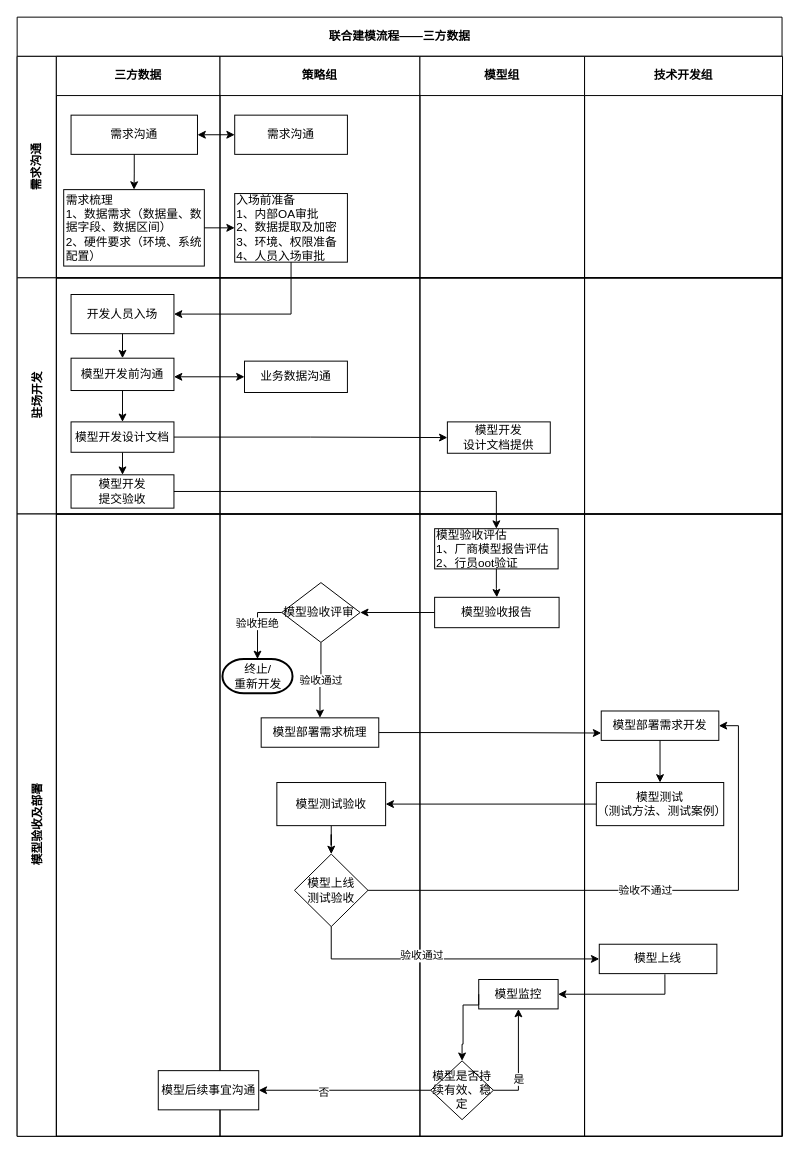
Above: page "三方" (2 of 2) of 建模流程.drawio in rayboom/books (draw.io), before the change. Source tidied: cells renumbered, new cells numbered last; positions are measured from the earlier drawing's top-left corner, leaving out a move shared by most shapes. Both pictures are drawn from the tidied source at 98%, with x=0, y=0 at pixel (17, 17).
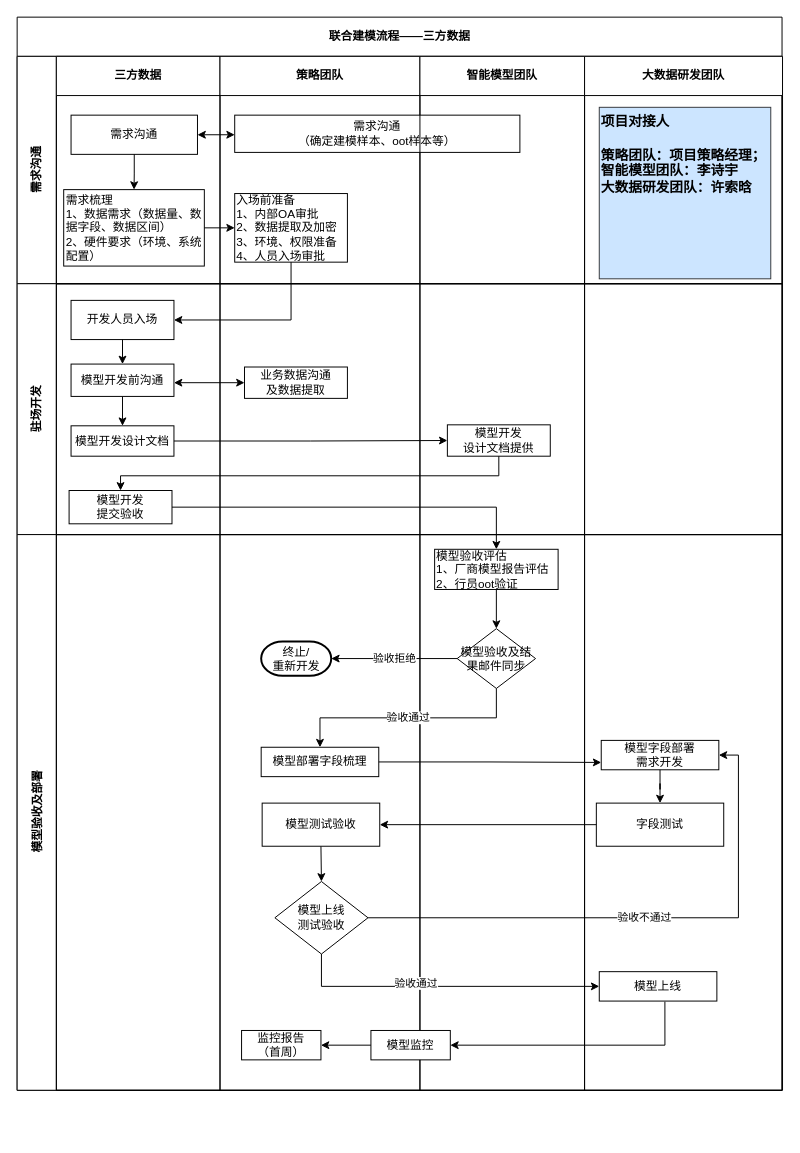
After the change.

The change refers to these unchanged cells:
```xml
<mxCell id="44" value="模型验收评估&lt;br&gt;1、厂商模型报告评估&lt;br&gt;2、行员oot验证" style="rounded=0;whiteSpace=wrap;html=1;align=left;" parent="43" vertex="1">
  <mxGeometry x="15" y="15" width="126" height="41" as="geometry" />
</mxCell>
```

Change to the diagram source:
```diff
@@
     <mxCell id="2" value="联合建模流程——三方数据" style="shape=table;childLayout=tableLayout;rowLines=0;columnLines=0;startSize=40;html=1;whiteSpace=wrap;fontStyle=1;align=center;" parent="1" vertex="1">
-      <mxGeometry width="780.5" height="1142" as="geometry" />
+      <mxGeometry width="780.5" height="1095.1" as="geometry" />
     </mxCell>
     <mxCell id="3" value="需求沟通" style="swimlane;horizontal=0;startSize=40;html=1;whiteSpace=wrap;fontStyle=1;" parent="2" vertex="1">
-      <mxGeometry y="40" width="780.5" height="226" as="geometry" />
+      <mxGeometry y="40" width="780.5" height="232" as="geometry" />
     </mxCell>
     <mxCell id="4" value="三方数据" style="swimlane;startSize=40;html=1;whiteSpace=wrap;" parent="3" vertex="1">
-      <mxGeometry x="40" width="167" height="226" as="geometry" />
+      <mxGeometry x="40" width="167" height="232" as="geometry" />
     </mxCell>
@@
-    <mxCell id="8" value="策略组" style="swimlane;startSize=40;html=1;whiteSpace=wrap;" parent="3" vertex="1">
-      <mxGeometry x="207" width="204" height="226" as="geometry" />
+    <mxCell id="8" value="策略团队" style="swimlane;startSize=40;html=1;whiteSpace=wrap;" parent="3" vertex="1">
+      <mxGeometry x="207" width="204" height="232" as="geometry" />
     </mxCell>
-    <mxCell id="9" value="需求沟通" style="whiteSpace=wrap;html=1;rounded=0;" parent="8" vertex="1">
-      <mxGeometry x="15" y="60" width="115" height="40" as="geometry" />
+    <mxCell id="9" value="需求沟通&lt;br&gt;（确定建模样本、oot样本等）" style="whiteSpace=wrap;html=1;rounded=0;" parent="8" vertex="1">
+      <mxGeometry x="15" y="60" width="291" height="38" as="geometry" />
     </mxCell>
@@
-    <mxCell id="12" value="模型组" style="swimlane;startSize=40;html=1;whiteSpace=wrap;" parent="3" vertex="1">
-      <mxGeometry x="411" width="168" height="226" as="geometry" />
+    <mxCell id="12" value="智能模型团队" style="swimlane;startSize=40;html=1;whiteSpace=wrap;" parent="3" vertex="1">
+      <mxGeometry x="411" width="168" height="232" as="geometry" />
     </mxCell>
-    <mxCell id="13" value="技术开发组" style="swimlane;startSize=40;html=1;whiteSpace=wrap;" parent="3" vertex="1">
-      <mxGeometry x="579" width="202" height="226" as="geometry" />
+    <mxCell id="13" value="大数据研发团队" style="swimlane;startSize=40;html=1;whiteSpace=wrap;" parent="3" vertex="1">
+      <mxGeometry x="579" width="202" height="232" as="geometry" />
     </mxCell>
+    <mxCell id="68" value="项目对接人&lt;br&gt;&lt;br style=&quot;font-size: 14px&quot;&gt;策略团队：项目策略经理；&lt;br style=&quot;font-size: 14px&quot;&gt;智能模型团队：李诗宇&lt;br style=&quot;font-size: 14px&quot;&gt;大数据研发团队：许索晗" style="whiteSpace=wrap;html=1;align=left;verticalAlign=top;fontSize=14;fillColor=#cce5ff;strokeColor=#36393d;fontStyle=1;" parent="13" vertex="1">
+      <mxGeometry x="15" y="52" width="175" height="175" as="geometry" />
+    </mxCell>
@@
     <mxCell id="15" value="驻场开发" style="swimlane;horizontal=0;startSize=40;html=1;whiteSpace=wrap;" parent="2" vertex="1">
-      <mxGeometry y="266" width="780.5" height="241" as="geometry" />
+      <mxGeometry y="272" width="780.5" height="256" as="geometry" />
     </mxCell>
     <mxCell id="16" style="swimlane;startSize=0;html=1;whiteSpace=wrap;" parent="15" vertex="1">
-      <mxGeometry x="40" width="167" height="241" as="geometry" />
+      <mxGeometry x="40" width="167" height="256" as="geometry" />
     </mxCell>
@@
     <mxCell id="21" value="模型开发&lt;br&gt;提交验收" style="rounded=0;whiteSpace=wrap;html=1;" parent="16" vertex="1">
-      <mxGeometry x="15" y="201" width="105" height="34" as="geometry" />
+      <mxGeometry x="13" y="211" width="105" height="34" as="geometry" />
     </mxCell>
@@
-    <mxCell id="23" style="edgeStyle=orthogonalEdgeStyle;rounded=0;jettySize=auto;html=1;exitX=0.5;exitY=1;exitDx=0;exitDy=0;entryX=0.5;entryY=0;entryDx=0;entryDy=0;" parent="16" edge="1" source="24" target="21">
-      <mxGeometry relative="1" as="geometry" />
-    </mxCell>
     <mxCell id="24" value="模型开发设计文档" style="rounded=0;whiteSpace=wrap;html=1;" parent="16" vertex="1">
-      <mxGeometry x="15" y="147" width="105" height="31" as="geometry" />
+      <mxGeometry x="15" y="145" width="105" height="31" as="geometry" />
     </mxCell>
     <mxCell id="25" style="swimlane;startSize=0;html=1;whiteSpace=wrap;" parent="15" vertex="1">
-      <mxGeometry x="207" width="204" height="241" as="geometry" />
+      <mxGeometry x="207" width="204" height="256" as="geometry" />
     </mxCell>
-    <mxCell id="26" value="业务数据沟通" style="rounded=0;whiteSpace=wrap;html=1;" parent="25" vertex="1">
+    <mxCell id="26" value="业务数据沟通&lt;br&gt;及数据提取" style="rounded=0;whiteSpace=wrap;html=1;" parent="25" vertex="1">
       <mxGeometry x="25" y="85" width="105" height="32" as="geometry" />
     </mxCell>
     <mxCell id="27" style="swimlane;startSize=0;html=1;whiteSpace=wrap;" parent="15" vertex="1">
-      <mxGeometry x="411" width="168" height="241" as="geometry" />
+      <mxGeometry x="411" width="168" height="256" as="geometry" />
     </mxCell>
     <mxCell id="28" value="模型开发&lt;br&gt;设计文档提供" style="rounded=0;whiteSpace=wrap;html=1;" parent="27" vertex="1">
-      <mxGeometry x="28" y="147" width="105" height="32" as="geometry" />
+      <mxGeometry x="28" y="144" width="105" height="32" as="geometry" />
     </mxCell>
     <mxCell id="29" style="swimlane;startSize=0;html=1;whiteSpace=wrap;" parent="15" vertex="1">
-      <mxGeometry x="579" width="202" height="241" as="geometry" />
+      <mxGeometry x="579" width="202" height="256" as="geometry" />
     </mxCell>
@@
+    <mxCell id="23" style="edgeStyle=orthogonalEdgeStyle;rounded=0;jettySize=auto;html=1;exitX=0.5;exitY=1;exitDx=0;exitDy=0;entryX=0.5;entryY=0;entryDx=0;entryDy=0;" parent="15" edge="1" source="28" target="21">
+      <mxGeometry relative="1" as="geometry">
+        <Array as="points">
+          <mxPoint x="491" y="196" />
+          <mxPoint x="105" y="196" />
+        </Array>
+      </mxGeometry>
+    </mxCell>
     <mxCell id="31" value="模型验收及部署" style="swimlane;horizontal=0;startSize=40;html=1;whiteSpace=wrap;" parent="2" vertex="1">
-      <mxGeometry y="507" width="780.5" height="635" as="geometry" />
+      <mxGeometry y="528" width="780.5" height="567" as="geometry" />
     </mxCell>
     <mxCell id="32" style="swimlane;startSize=0;html=1;whiteSpace=wrap;" parent="31" vertex="1">
-      <mxGeometry x="40" width="167" height="635" as="geometry" />
+      <mxGeometry x="40" width="167" height="567" as="geometry" />
     </mxCell>
     <mxCell id="33" style="swimlane;startSize=0;html=1;whiteSpace=wrap;" parent="31" vertex="1">
-      <mxGeometry x="207" width="204" height="635" as="geometry" />
+      <mxGeometry x="207" width="204" height="567" as="geometry" />
     </mxCell>
-    <mxCell id="34" value="模型部署需求梳理" style="whiteSpace=wrap;html=1;rounded=0;" parent="33" vertex="1">
-      <mxGeometry x="42" y="208" width="120" height="30" as="geometry" />
+    <mxCell id="34" value="模型部署字段梳理" style="whiteSpace=wrap;html=1;rounded=0;" parent="33" vertex="1">
+      <mxGeometry x="42" y="217" width="120" height="30" as="geometry" />
     </mxCell>
-    <mxCell id="35" value="模型是否持续有效、稳定" style="rhombus;whiteSpace=wrap;html=1;" parent="33" vertex="1">
-      <mxGeometry x="215" y="558" width="64" height="60" as="geometry" />
-    </mxCell>
-    <mxCell id="36" value="验收拒绝" style="edgeStyle=orthogonalEdgeStyle;rounded=0;jettySize=auto;html=1;exitX=0;exitY=0.5;exitDx=0;exitDy=0;entryX=0.5;entryY=0;entryDx=0;entryDy=0;entryPerimeter=0;" parent="33" edge="1" source="38" target="39">
-      <mxGeometry relative="1" as="geometry" />
-    </mxCell>
-    <mxCell id="37" value="验收通过" style="edgeStyle=orthogonalEdgeStyle;rounded=0;jettySize=auto;html=1;" parent="33" edge="1" source="38" target="34">
-      <mxGeometry relative="1" as="geometry" />
-    </mxCell>
-    <mxCell id="38" value="模型验收评审" style="rhombus;whiteSpace=wrap;html=1;align=left;" parent="33" vertex="1">
-      <mxGeometry x="63" y="70" width="80" height="61" as="geometry" />
-    </mxCell>
     <mxCell id="39" value="终止/&lt;br&gt;重新开发" style="strokeWidth=2;html=1;shape=mxgraph.flowchart.terminator;whiteSpace=wrap;align=center;" parent="33" vertex="1">
-      <mxGeometry x="2.5" y="148" width="71.5" height="35" as="geometry" />
+      <mxGeometry x="42" y="109" width="71.5" height="35" as="geometry" />
     </mxCell>
-    <mxCell id="40" value="模型后续事宜沟通" style="whiteSpace=wrap;html=1;" parent="33" vertex="1">
-      <mxGeometry x="-63" y="568" width="102.5" height="40" as="geometry" />
-    </mxCell>
-    <mxCell id="41" style="edgeStyle=orthogonalEdgeStyle;rounded=0;jettySize=auto;html=1;" parent="33" edge="1" source="35" target="40">
-      <mxGeometry relative="1" as="geometry" />
-    </mxCell>
-    <mxCell id="42" value="否" style="edgeLabel;html=1;align=center;verticalAlign=middle;" parent="41" vertex="1">
-      <mxGeometry x="0.25" y="1" relative="1" as="geometry" />
-    </mxCell>
+    <mxCell id="69" value="监控报告&lt;br&gt;（首周）" style="whiteSpace=wrap;html=1;rounded=0;" parent="33" vertex="1">
+      <mxGeometry x="22" y="506" width="81" height="30" as="geometry" />
+    </mxCell>
     <mxCell id="43" style="swimlane;startSize=0;html=1;whiteSpace=wrap;" parent="31" vertex="1">
-      <mxGeometry x="411" width="168" height="635" as="geometry" />
+      <mxGeometry x="411" width="168" height="567" as="geometry" />
     </mxCell>
@@
-    <mxCell id="45" value="模型验收报告" style="rounded=0;whiteSpace=wrap;html=1;" parent="43" vertex="1">
-      <mxGeometry x="15" y="85" width="127" height="31" as="geometry" />
-    </mxCell>
-    <mxCell id="46" style="edgeStyle=orthogonalEdgeStyle;rounded=0;jettySize=auto;html=1;" parent="43" edge="1" source="44" target="45">
+    <mxCell id="46" style="edgeStyle=orthogonalEdgeStyle;rounded=0;jettySize=auto;html=1;entryX=0.5;entryY=0;entryDx=0;entryDy=0;" parent="43" edge="1" source="44" target="38">
       <mxGeometry relative="1" as="geometry" />
     </mxCell>
-    <mxCell id="47" style="edgeStyle=orthogonalEdgeStyle;rounded=0;jettySize=auto;html=1;exitX=0.5;exitY=1;exitDx=0;exitDy=0;" parent="43" edge="1" source="48" target="49">
+    <mxCell id="47" style="edgeStyle=orthogonalEdgeStyle;rounded=0;jettySize=auto;html=1;exitX=0.5;exitY=1;exitDx=0;exitDy=0;entryX=0.5;entryY=0;entryDx=0;entryDy=0;" parent="43" edge="1" source="48" target="49">
       <mxGeometry relative="1" as="geometry" />
     </mxCell>
     <mxCell id="48" value="模型测试验收" style="whiteSpace=wrap;html=1;rounded=0;" parent="43" vertex="1">
-      <mxGeometry x="-146" y="274" width="111" height="44" as="geometry" />
+      <mxGeometry x="-161" y="274" width="120" height="44" as="geometry" />
     </mxCell>
     <mxCell id="49" value="模型上线&lt;br&gt;测试验收" style="rhombus;whiteSpace=wrap;html=1;align=center;" parent="43" vertex="1">
-      <mxGeometry x="-128" y="347" width="75" height="74" as="geometry" />
+      <mxGeometry x="-148" y="354" width="95" height="74" as="geometry" />
     </mxCell>
+    <mxCell id="38" value="模型验收及结果邮件同步" style="rhombus;whiteSpace=wrap;html=1;align=center;" parent="43" vertex="1">
+      <mxGeometry x="38" y="96" width="80" height="61" as="geometry" />
+    </mxCell>
     <mxCell id="50" value="模型监控" style="whiteSpace=wrap;html=1;rounded=0;" parent="43" vertex="1">
-      <mxGeometry x="60" y="475" width="81" height="30" as="geometry" />
+      <mxGeometry x="-50" y="506" width="81" height="30" as="geometry" />
     </mxCell>
     <mxCell id="51" style="swimlane;startSize=0;html=1;whiteSpace=wrap;" parent="31" vertex="1">
-      <mxGeometry x="579" width="202" height="635" as="geometry" />
+      <mxGeometry x="579" width="202" height="567" as="geometry" />
     </mxCell>
-    <mxCell id="52" value="模型部署需求开发" style="whiteSpace=wrap;html=1;rounded=0;" parent="51" vertex="1">
-      <mxGeometry x="17" y="201" width="120" height="30" as="geometry" />
+    <mxCell id="52" value="模型字段部署&lt;br&gt;需求开发" style="whiteSpace=wrap;html=1;rounded=0;" parent="51" vertex="1">
+      <mxGeometry x="17" y="210" width="120" height="30" as="geometry" />
     </mxCell>
-    <mxCell id="53" value="模型测试&lt;br&gt;（测试方法、测试案例）" style="whiteSpace=wrap;html=1;rounded=0;" parent="51" vertex="1">
+    <mxCell id="53" value="字段测试" style="whiteSpace=wrap;html=1;rounded=0;" parent="51" vertex="1">
       <mxGeometry x="12" y="274" width="130" height="44" as="geometry" />
     </mxCell>
@@
     <mxCell id="55" value="模型上线" style="whiteSpace=wrap;html=1;rounded=0;" parent="51" vertex="1">
-      <mxGeometry x="15" y="439" width="120" height="30" as="geometry" />
+      <mxGeometry x="15" y="446" width="120" height="30" as="geometry" />
     </mxCell>
@@
-    <mxCell id="60" style="edgeStyle=orthogonalEdgeStyle;rounded=0;jettySize=auto;html=1;exitX=0;exitY=0.5;exitDx=0;exitDy=0;entryX=1;entryY=0.5;entryDx=0;entryDy=0;" parent="31" edge="1" source="45" target="38">
-      <mxGeometry relative="1" as="geometry" />
-    </mxCell>
@@
-    <mxCell id="63" style="edgeStyle=orthogonalEdgeStyle;rounded=0;jettySize=auto;html=1;entryX=0.5;entryY=0;entryDx=0;entryDy=0;exitX=0;exitY=0.5;exitDx=0;exitDy=0;" parent="31" edge="1" source="50" target="35">
-      <mxGeometry relative="1" as="geometry">
-        <Array as="points">
-          <mxPoint x="471" y="501" />
-          <mxPoint x="455" y="501" />
-          <mxPoint x="455" y="541" />
-        </Array>
-      </mxGeometry>
-    </mxCell>
-    <mxCell id="64" style="edgeStyle=orthogonalEdgeStyle;rounded=0;jettySize=auto;html=1;entryX=0.5;entryY=1;entryDx=0;entryDy=0;exitX=1;exitY=0.5;exitDx=0;exitDy=0;" parent="31" edge="1" source="35" target="50">
-      <mxGeometry relative="1" as="geometry" />
-    </mxCell>
-    <mxCell id="65" value="是" style="edgeLabel;html=1;align=center;verticalAlign=middle;" parent="64" vertex="1">
-      <mxGeometry x="-0.31" relative="1" as="geometry" />
-    </mxCell>
+    <mxCell id="36" value="验收拒绝" style="edgeStyle=orthogonalEdgeStyle;rounded=0;jettySize=auto;html=1;exitX=0;exitY=0.5;exitDx=0;exitDy=0;entryX=1;entryY=0.5;entryDx=0;entryDy=0;entryPerimeter=0;" parent="31" edge="1" source="38" target="39">
+      <mxGeometry relative="1" as="geometry" />
+    </mxCell>
+    <mxCell id="37" value="验收通过" style="edgeStyle=orthogonalEdgeStyle;rounded=0;jettySize=auto;html=1;exitX=0.5;exitY=1;exitDx=0;exitDy=0;" parent="31" edge="1" source="38" target="34">
+      <mxGeometry relative="1" as="geometry" />
+    </mxCell>
+    <mxCell id="70" style="edgeStyle=orthogonalEdgeStyle;rounded=0;jettySize=auto;html=1;" parent="31" edge="1" source="50" target="69">
+      <mxGeometry relative="1" as="geometry" />
+    </mxCell>
```
